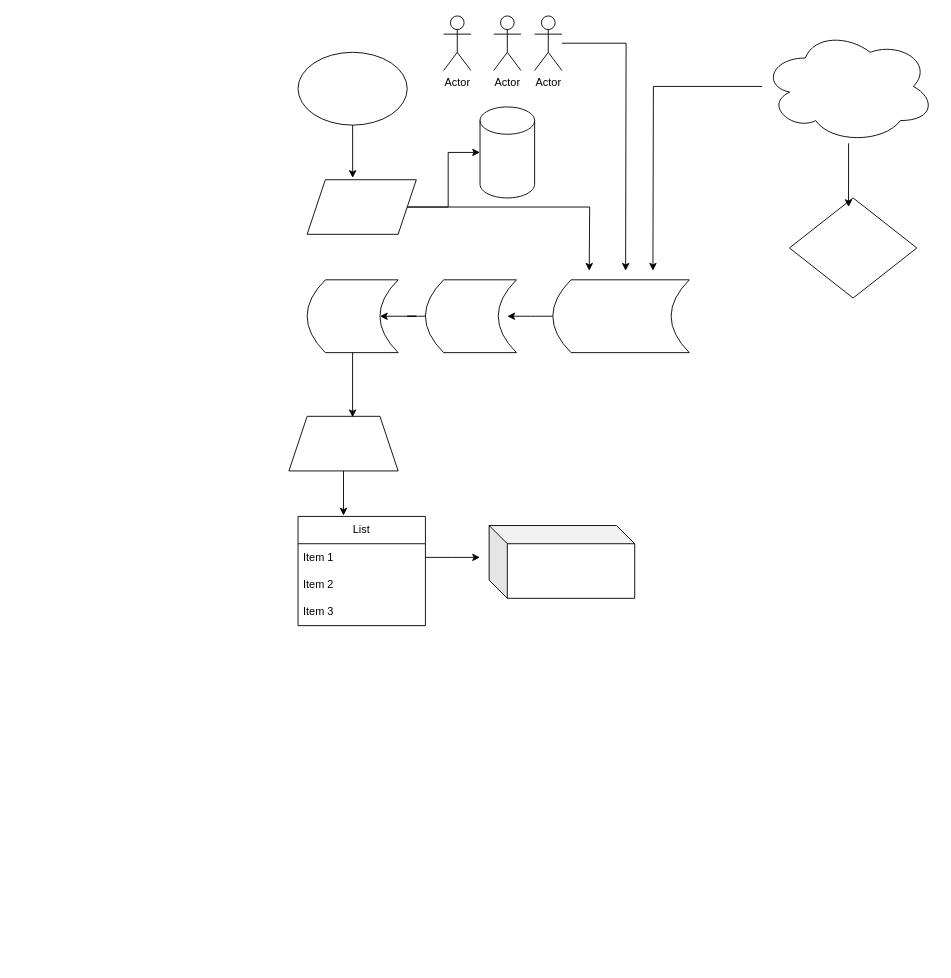
ninpax09/diagrammedicalrecords keeps this draw.io diagram as medical records Diagram.drawio. Above is the earlier version. Source tidied: cells renumbered, new cells numbered last; positions are measured from the earlier drawing's top-left corner, leaving out a move shared by most shapes. Both pictures are drawn from the tidied source at 91%, with x=0, y=0 at pixel (288, 15).
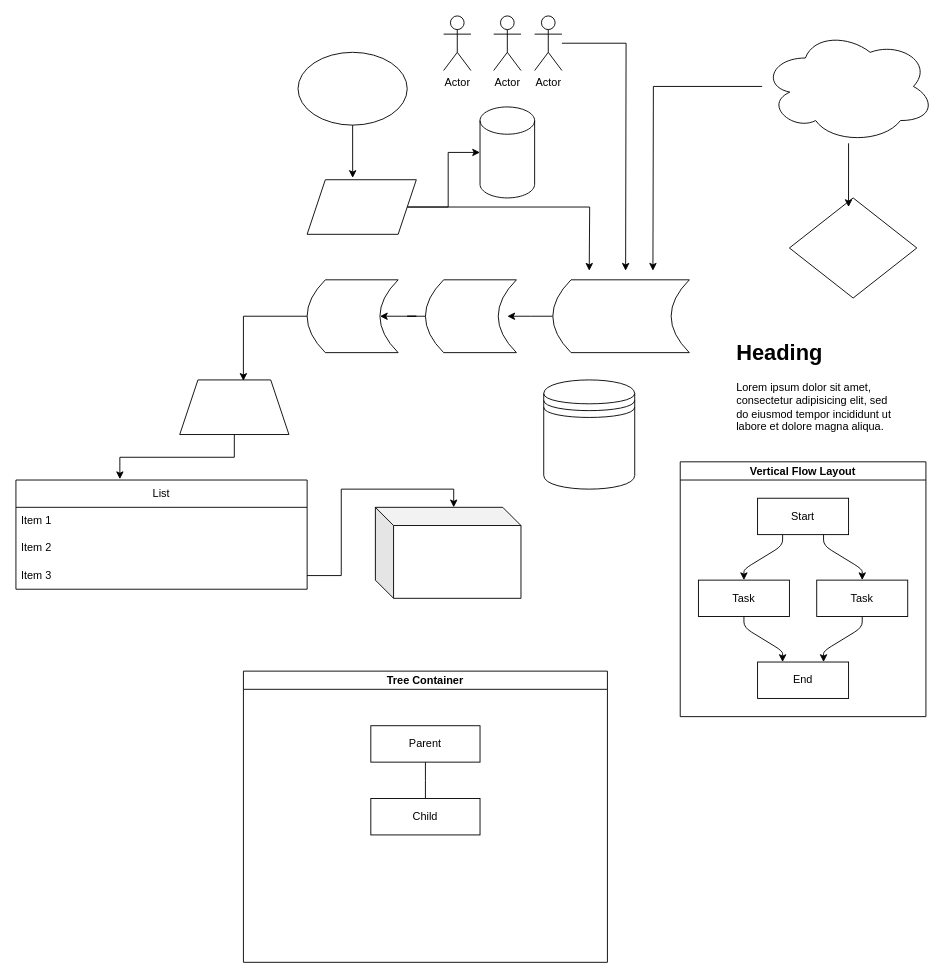
Above is the later version.

The edit, as a diff of the source:
```diff
@@
     <mxCell id="17" style="shape=trapezoid;perimeter=trapezoidPerimeter;whiteSpace=wrap;html=1;fixedSize=1;" parent="1" vertex="1">
-      <mxGeometry y="440" width="120" height="60" as="geometry" />
+      <mxGeometry x="-120" y="400" width="120" height="60" as="geometry" />
     </mxCell>
@@
     <mxCell id="19" value="List" style="swimlane;fontStyle=0;horizontal=1;startSize=30;whiteSpace=wrap;html=1;" parent="1" vertex="1">
-      <mxGeometry x="10" y="550" width="140" height="120" as="geometry" />
+      <mxGeometry x="-300" y="510" width="320" height="120" as="geometry" />
     </mxCell>
-    <mxCell id="20" style="edgeStyle=orthogonalEdgeStyle;rounded=0;jettySize=auto;html=1;exitX=1;exitY=0.5;exitDx=0;exitDy=0;" parent="19" edge="1" source="21">
-      <mxGeometry relative="1" as="geometry">
-        <mxPoint x="200" y="45" as="targetPoint" />
-      </mxGeometry>
-    </mxCell>
     <mxCell id="21" value="Item 1" style="text;strokeColor=none;fillColor=none;align=left;verticalAlign=middle;spacingLeft=4;spacingRight=4;overflow=hidden;points=[[0,0.5],[1,0.5]];portConstraint=eastwest;whiteSpace=wrap;html=1;" parent="19" vertex="1">
-      <mxGeometry y="30" width="140" height="30" as="geometry" />
+      <mxGeometry y="30" width="320" height="30" as="geometry" />
     </mxCell>
     <mxCell id="22" value="Item 2" style="text;strokeColor=none;fillColor=none;align=left;verticalAlign=middle;spacingLeft=4;spacingRight=4;overflow=hidden;whiteSpace=wrap;html=1;" parent="19" vertex="1">
-      <mxGeometry y="60" width="140" height="30" as="geometry" />
+      <mxGeometry y="60" width="320" height="30" as="geometry" />
     </mxCell>
     <mxCell id="23" value="Item 3" style="text;strokeColor=none;fillColor=none;align=left;verticalAlign=middle;spacingLeft=4;spacingRight=4;overflow=hidden;points=[[0,0.5],[1,0.5]];portConstraint=eastwest;whiteSpace=wrap;html=1;" parent="19" vertex="1">
-      <mxGeometry y="90" width="140" height="30" as="geometry" />
+      <mxGeometry y="90" width="320" height="30" as="geometry" />
     </mxCell>
@@
     <mxCell id="28" style="shape=cube;whiteSpace=wrap;html=1;boundedLbl=1;backgroundOutline=1;darkOpacity=0.05;darkOpacity2=0.1;" parent="1" vertex="1">
-      <mxGeometry x="220" y="560" width="160" height="80" as="geometry" />
+      <mxGeometry x="95" y="540" width="160" height="100" as="geometry" />
     </mxCell>
@@
+    <mxCell id="30" value="&lt;h1 style=&quot;margin-top: 0px;&quot;&gt;Heading&lt;/h1&gt;&lt;p&gt;Lorem ipsum dolor sit amet, consectetur adipisicing elit, sed do eiusmod tempor incididunt ut labore et dolore magna aliqua.&lt;/p&gt;" style="text;html=1;whiteSpace=wrap;overflow=hidden;rounded=0;" parent="1" vertex="1">
+      <mxGeometry x="490" y="350" width="180" height="120" as="geometry" />
+    </mxCell>
+    <mxCell id="31" value="Vertical Flow Layout" style="swimlane;startSize=20;horizontal=1;flowOrientation=north;interRankCellSpacing=50;containerType=tree;fontSize=12;" parent="1" vertex="1">
+      <mxGeometry x="430" y="490" width="270" height="280" as="geometry" />
+    </mxCell>
+    <mxCell id="32" value="Start" style="whiteSpace=wrap;html=1;" parent="31" vertex="1">
+      <mxGeometry x="85" y="40" width="100" height="40" as="geometry" />
+    </mxCell>
+    <mxCell id="33" value="Task" style="whiteSpace=wrap;html=1;" parent="31" vertex="1">
+      <mxGeometry x="20" y="130" width="100" height="40" as="geometry" />
+    </mxCell>
+    <mxCell id="34" style="html=1;rounded=1;curved=0;sourcePerimeterSpacing=0;targetPerimeterSpacing=0;startSize=6;endSize=6;noEdgeStyle=1;orthogonal=1;" parent="31" edge="1" source="32" target="33">
+      <mxGeometry relative="1" as="geometry">
+        <Array as="points">
+          <mxPoint x="112.5" y="92" />
+          <mxPoint x="70" y="118" />
+        </Array>
+      </mxGeometry>
+    </mxCell>
+    <mxCell id="35" value="Task" style="whiteSpace=wrap;html=1;" parent="31" vertex="1">
+      <mxGeometry x="150" y="130" width="100" height="40" as="geometry" />
+    </mxCell>
+    <mxCell id="36" style="html=1;rounded=1;curved=0;sourcePerimeterSpacing=0;targetPerimeterSpacing=0;startSize=6;endSize=6;noEdgeStyle=1;orthogonal=1;" parent="31" edge="1" source="32" target="35">
+      <mxGeometry relative="1" as="geometry">
+        <Array as="points">
+          <mxPoint x="157.5" y="92" />
+          <mxPoint x="200" y="118" />
+        </Array>
+      </mxGeometry>
+    </mxCell>
+    <mxCell id="37" value="End" style="whiteSpace=wrap;html=1;" parent="31" vertex="1">
+      <mxGeometry x="85" y="220" width="100" height="40" as="geometry" />
+    </mxCell>
+    <mxCell id="38" style="html=1;rounded=1;curved=0;sourcePerimeterSpacing=0;targetPerimeterSpacing=0;startSize=6;endSize=6;noEdgeStyle=1;orthogonal=1;" parent="31" edge="1" source="33" target="37">
+      <mxGeometry relative="1" as="geometry">
+        <Array as="points">
+          <mxPoint x="70" y="182" />
+          <mxPoint x="112.5" y="208" />
+        </Array>
+      </mxGeometry>
+    </mxCell>
+    <mxCell id="39" style="html=1;rounded=1;curved=0;sourcePerimeterSpacing=0;targetPerimeterSpacing=0;startSize=6;endSize=6;noEdgeStyle=1;orthogonal=1;" parent="31" edge="1" source="35" target="37">
+      <mxGeometry relative="1" as="geometry">
+        <Array as="points">
+          <mxPoint x="200" y="182" />
+          <mxPoint x="157.5" y="208" />
+        </Array>
+      </mxGeometry>
+    </mxCell>
+    <mxCell id="40" style="shape=datastore;whiteSpace=wrap;html=1;" parent="1" vertex="1">
+      <mxGeometry x="280" y="400" width="100" height="120" as="geometry" />
+    </mxCell>
+    <mxCell id="20" style="edgeStyle=orthogonalEdgeStyle;rounded=0;jettySize=auto;html=1;exitX=1;exitY=0.5;exitDx=0;exitDy=0;entryX=0.538;entryY=0;entryDx=0;entryDy=0;entryPerimeter=0;" parent="1" edge="1" source="23" target="28">
+      <mxGeometry relative="1" as="geometry" />
+    </mxCell>
+    <mxCell id="41" value="Tree Container" style="swimlane;startSize=20;horizontal=1;containerType=tree;" parent="1" vertex="1">
+      <mxGeometry x="-50" y="720" width="400" height="320" as="geometry" />
+    </mxCell>
+    <mxCell id="42" style="edgeStyle=elbowEdgeStyle;elbow=vertical;sourcePerimeterSpacing=0;targetPerimeterSpacing=0;startArrow=none;endArrow=none;rounded=0;curved=0;" parent="41" edge="1" source="43" target="44">
+      <mxGeometry relative="1" as="geometry" />
+    </mxCell>
+    <mxCell id="43" value="Parent" style="whiteSpace=wrap;html=1;newEdgeStyle={&quot;edgeStyle&quot;:&quot;elbowEdgeStyle&quot;,&quot;startArrow&quot;:&quot;none&quot;,&quot;endArrow&quot;:&quot;none&quot;};" parent="41" vertex="1">
+      <mxGeometry x="140" y="60" width="120" height="40" as="geometry" />
+    </mxCell>
+    <mxCell id="44" value="Child" style="whiteSpace=wrap;html=1;newEdgeStyle={&quot;edgeStyle&quot;:&quot;elbowEdgeStyle&quot;,&quot;startArrow&quot;:&quot;none&quot;,&quot;endArrow&quot;:&quot;none&quot;};" parent="41" vertex="1">
+      <mxGeometry x="140" y="140" width="120" height="40" as="geometry" />
+    </mxCell>
```
